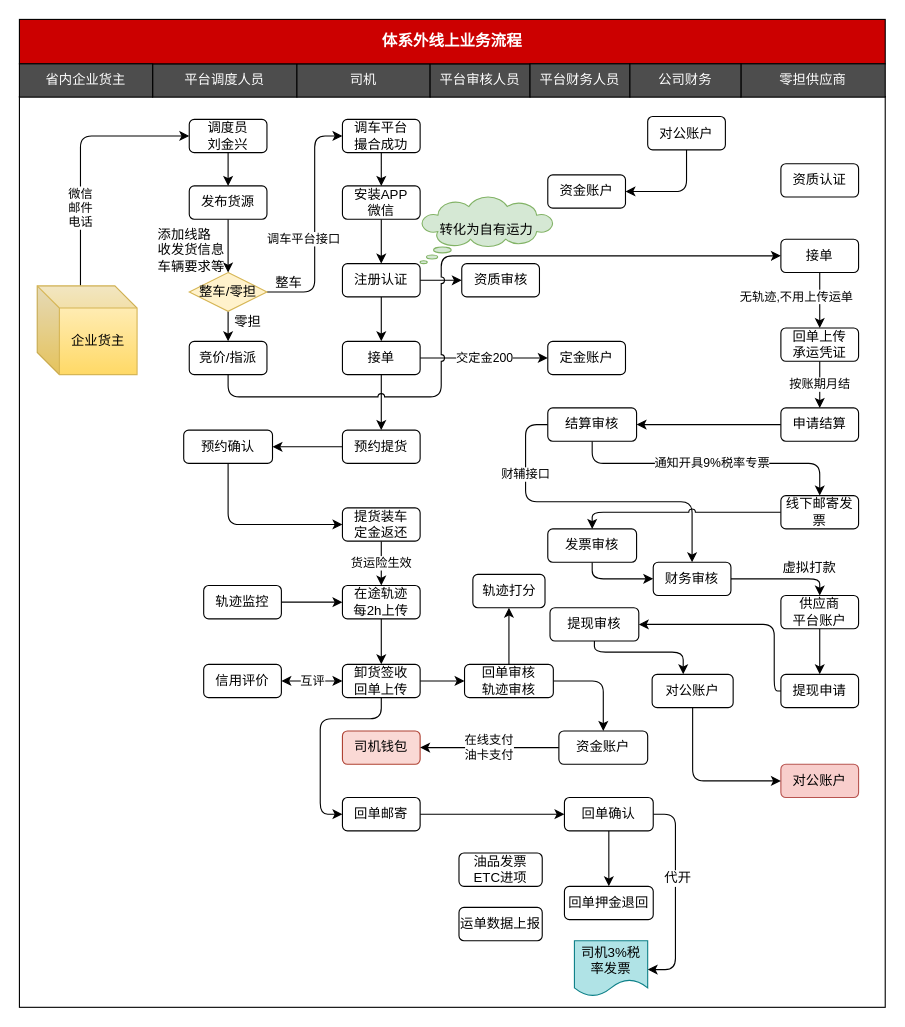
Above: 体系外线上业务流程.drawio in chenyibang/rdpwrap (draw.io), before the change. Source tidied: cells renumbered, new cells numbered last; positions are measured from the earlier drawing's top-left corner, leaving out a move shared by most shapes. Both pictures are drawn from the tidied source at 111%, with x=0, y=0 at pixel (19, 19).
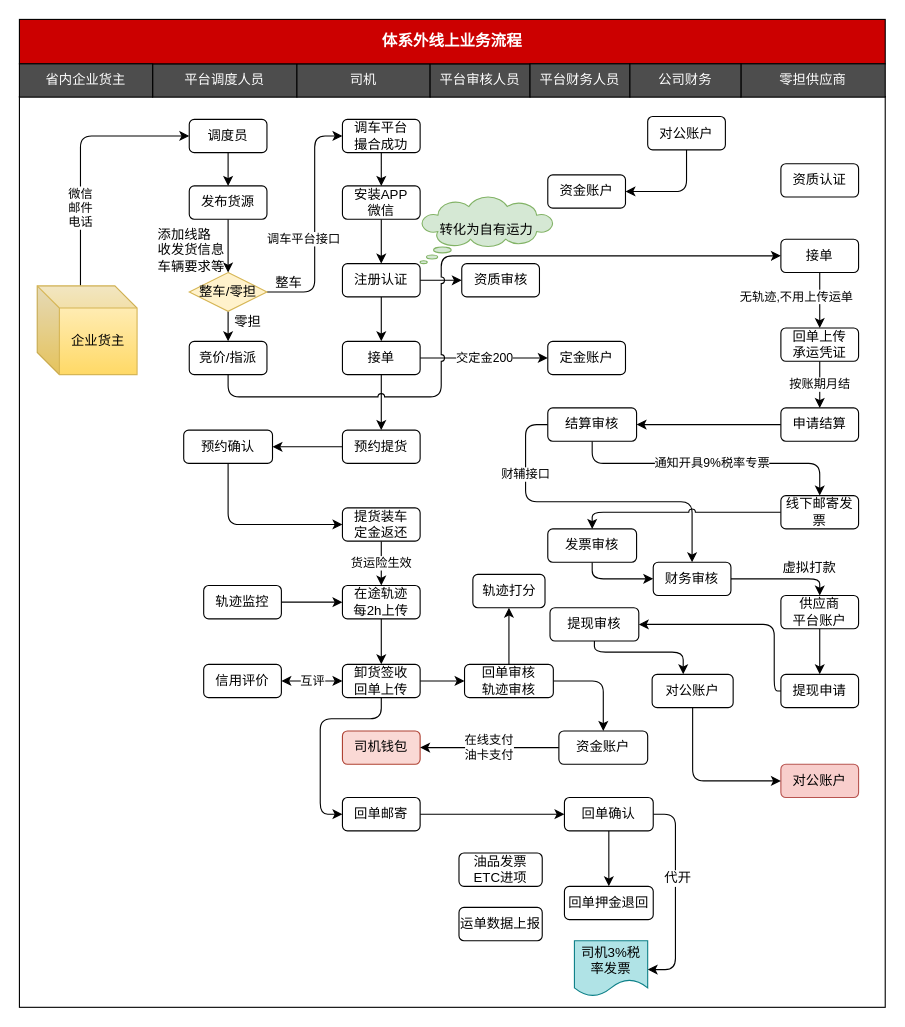
Above is the later version.

Commit message:
更新体系外线上业务流程.drawio

Diff of the diagram source:
```diff
@@
-    <mxCell id="10" value="调度员&lt;br&gt;刘金兴" style="rounded=1;whiteSpace=wrap;html=1;" parent="1" vertex="1">
+    <mxCell id="10" value="调度员" style="rounded=1;whiteSpace=wrap;html=1;" parent="1" vertex="1">
       <mxGeometry x="153" y="90" width="70" height="30" as="geometry" />
     </mxCell>
```
